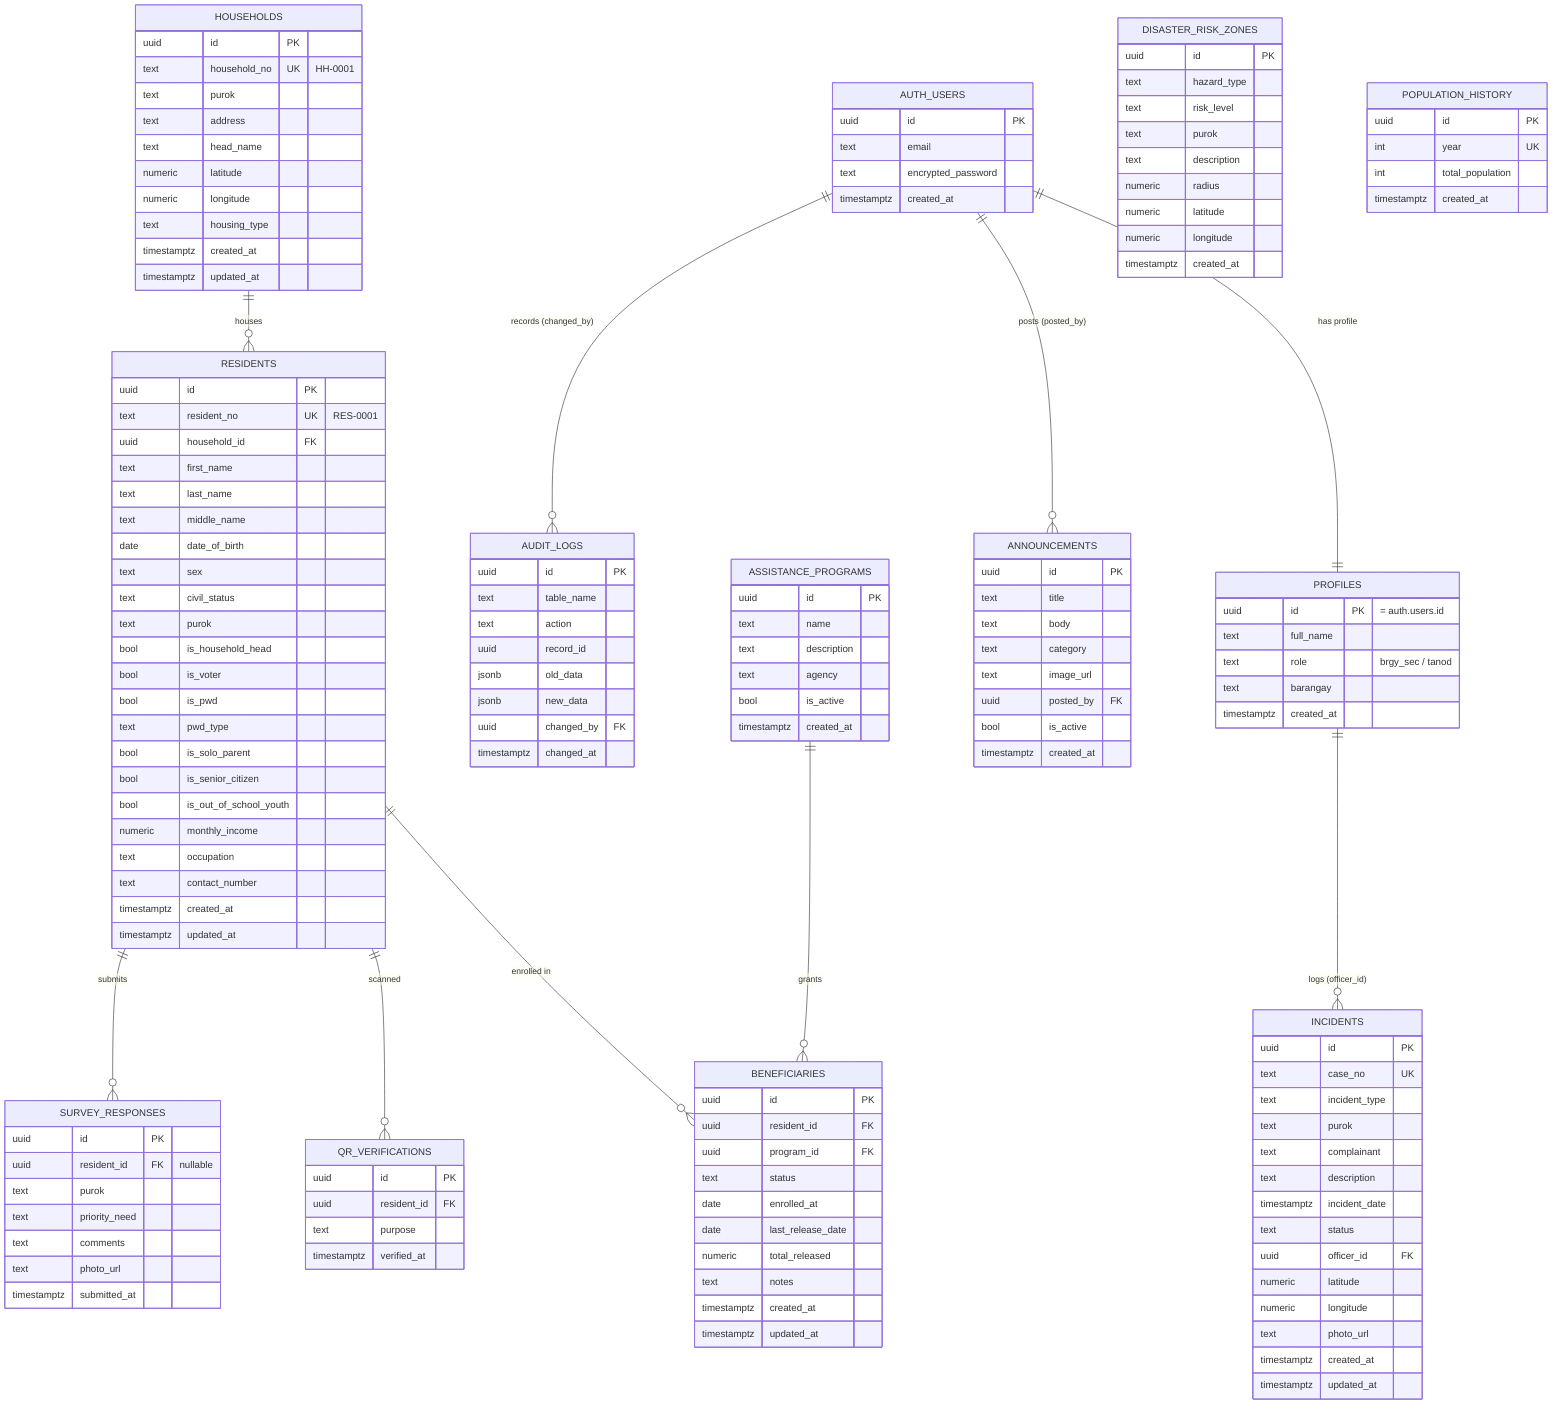
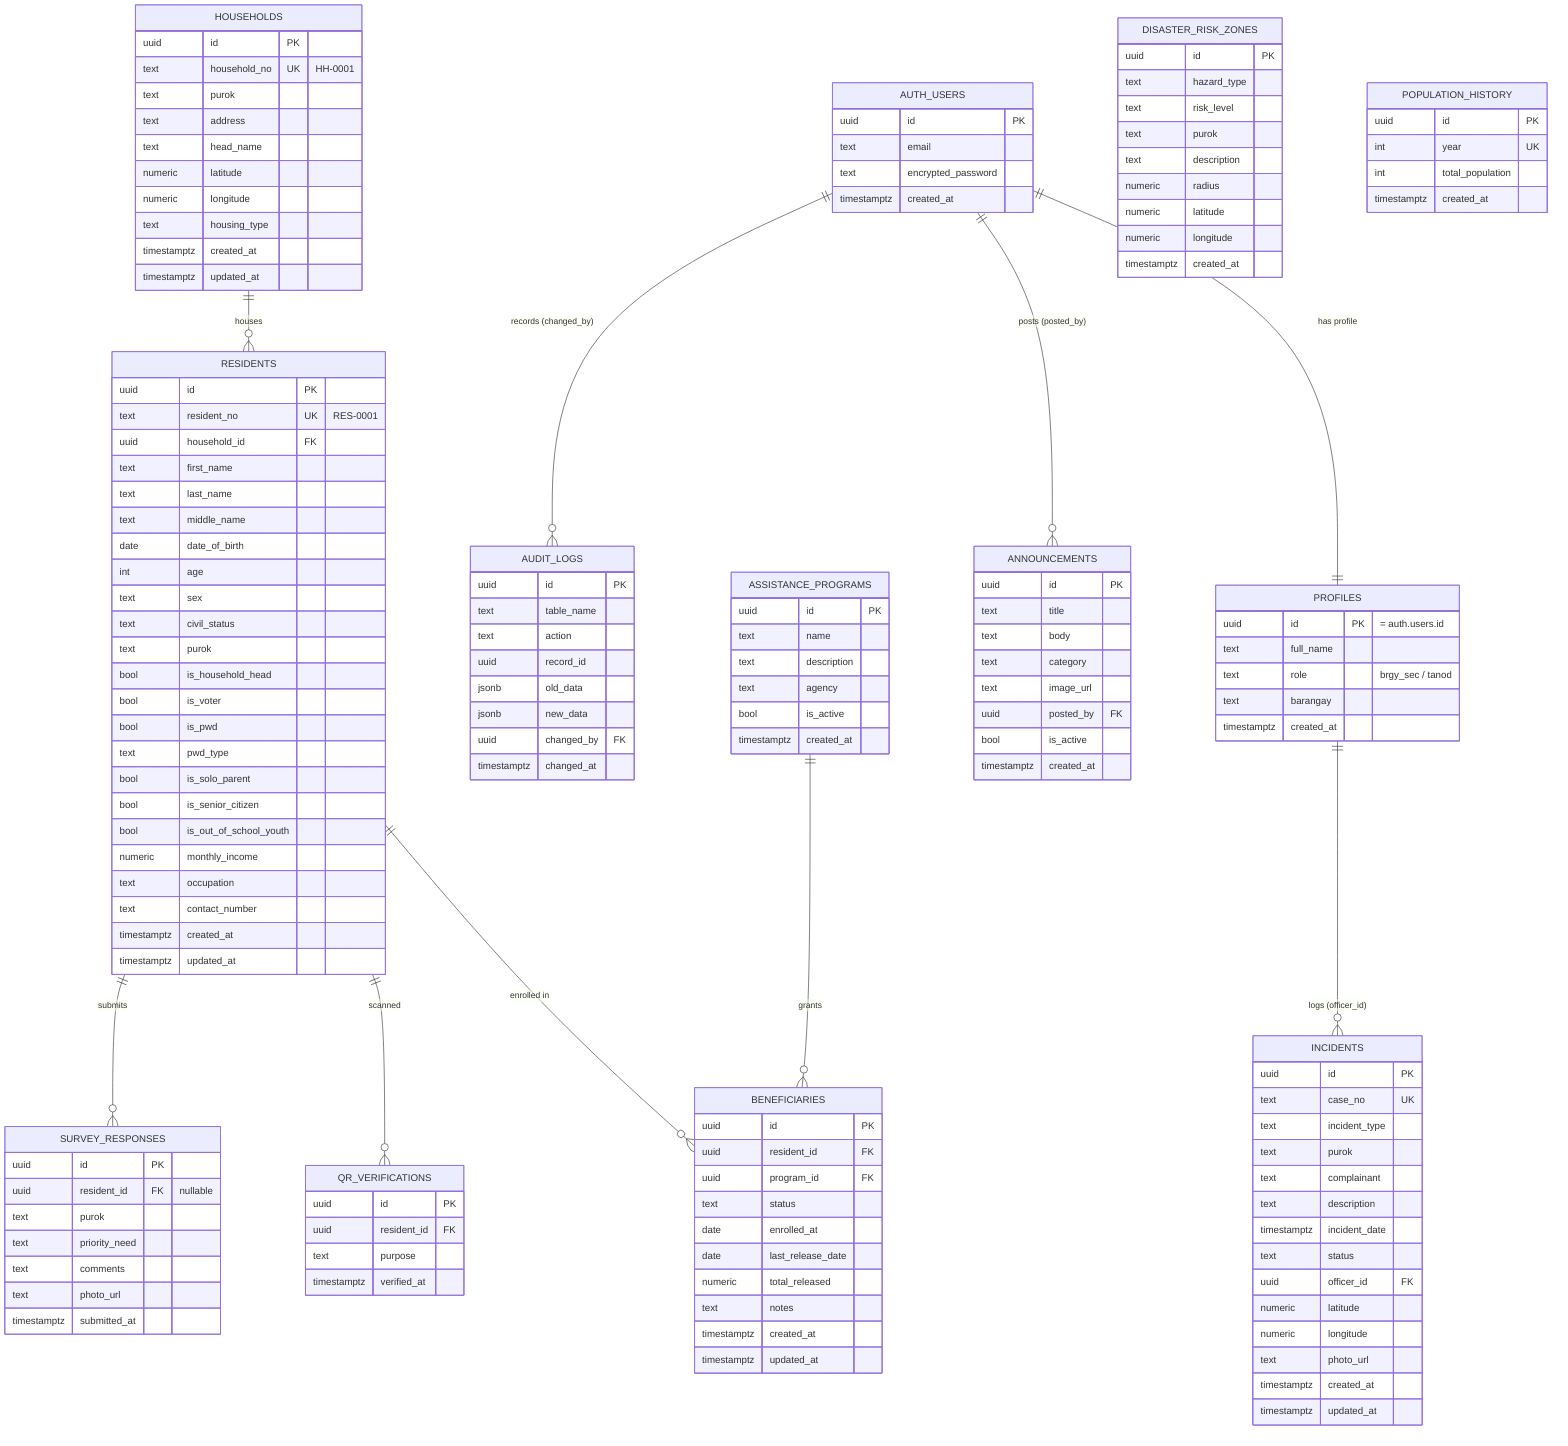
erDiagram
    AUTH_USERS ||--|| PROFILES : "has profile"
    HOUSEHOLDS ||--o{ RESIDENTS : "houses"
    RESIDENTS ||--o{ BENEFICIARIES : "enrolled in"
    ASSISTANCE_PROGRAMS ||--o{ BENEFICIARIES : "grants"
    RESIDENTS ||--o{ QR_VERIFICATIONS : "scanned"
    RESIDENTS ||--o{ SURVEY_RESPONSES : "submits"
    PROFILES ||--o{ INCIDENTS : "logs (officer_id)"
    AUTH_USERS ||--o{ ANNOUNCEMENTS : "posts (posted_by)"
    AUTH_USERS ||--o{ AUDIT_LOGS : "records (changed_by)"

    AUTH_USERS {
        uuid id PK
        text email
        text encrypted_password
        timestamptz created_at
    }
    PROFILES {
        uuid id PK "= auth.users.id"
        text full_name
        text role "brgy_sec / tanod"
        text barangay
        timestamptz created_at
    }
    HOUSEHOLDS {
        uuid id PK
        text household_no UK "HH-0001"
        text purok
        text address
        text head_name
        numeric latitude
        numeric longitude
        text housing_type
        timestamptz created_at
        timestamptz updated_at
    }
    RESIDENTS {
        uuid id PK
        text resident_no UK "RES-0001"
        uuid household_id FK
        text first_name
        text last_name
        text middle_name
        date date_of_birth
+         int age
        text sex
        text civil_status
        text purok
        bool is_household_head
        bool is_voter
        bool is_pwd
        text pwd_type
        bool is_solo_parent
        bool is_senior_citizen
        bool is_out_of_school_youth
        numeric monthly_income
        text occupation
        text contact_number
        timestamptz created_at
        timestamptz updated_at
    }
    ASSISTANCE_PROGRAMS {
        uuid id PK
        text name
        text description
        text agency
        bool is_active
        timestamptz created_at
    }
    BENEFICIARIES {
        uuid id PK
        uuid resident_id FK
        uuid program_id FK
        text status
        date enrolled_at
        date last_release_date
        numeric total_released
        text notes
        timestamptz created_at
        timestamptz updated_at
    }
    INCIDENTS {
        uuid id PK
        text case_no UK
        text incident_type
        text purok
        text complainant
        text description
        timestamptz incident_date
        text status
        uuid officer_id FK
        numeric latitude
        numeric longitude
        text photo_url
        timestamptz created_at
        timestamptz updated_at
    }
    QR_VERIFICATIONS {
        uuid id PK
        uuid resident_id FK
        text purpose
        timestamptz verified_at
    }
    SURVEY_RESPONSES {
        uuid id PK
        uuid resident_id FK "nullable"
        text purok
        text priority_need
        text comments
        text photo_url
        timestamptz submitted_at
    }
    DISASTER_RISK_ZONES {
        uuid id PK
        text hazard_type
        text risk_level
        text purok
        text description
        numeric radius
        numeric latitude
        numeric longitude
        timestamptz created_at
    }
    ANNOUNCEMENTS {
        uuid id PK
        text title
        text body
        text category
        text image_url
        uuid posted_by FK
        bool is_active
        timestamptz created_at
    }
    POPULATION_HISTORY {
        uuid id PK
        int year UK
        int total_population
        timestamptz created_at
    }
    AUDIT_LOGS {
        uuid id PK
        text table_name
        text action
        uuid record_id
        jsonb old_data
        jsonb new_data
        uuid changed_by FK
        timestamptz changed_at
    }
